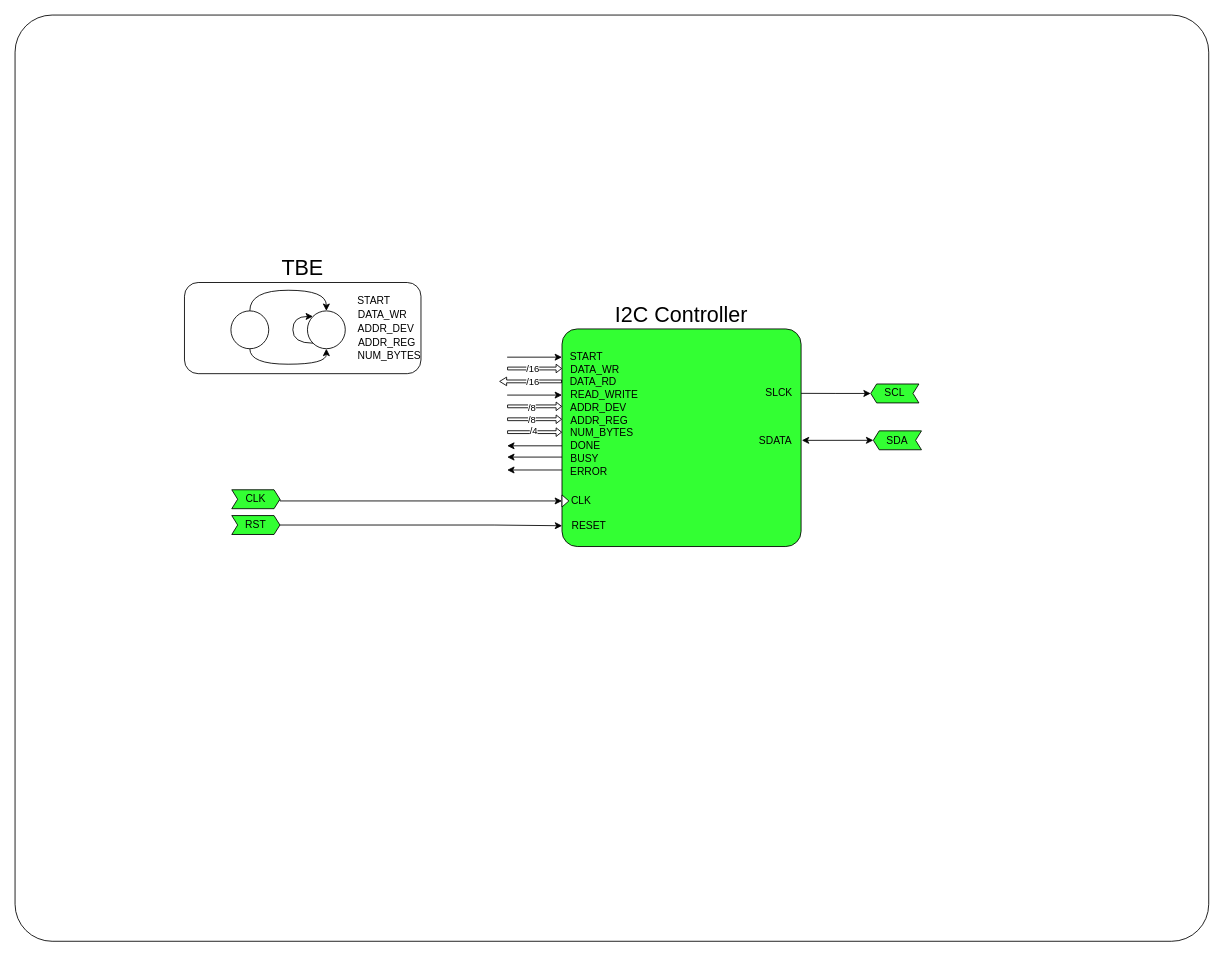
The draw.io diagram page "TOP" (2 of 5) of projects/vicon_cmgj/diagram/vicon.drawio in carlosmgj/VICON, before the edit. Source tidied: cells renumbered, new cells numbered last; positions are measured from the earlier drawing's top-left corner, leaving out a move shared by most shapes. Both pictures are drawn from the tidied source at 86%, with x=0, y=0 at pixel (15, 15).
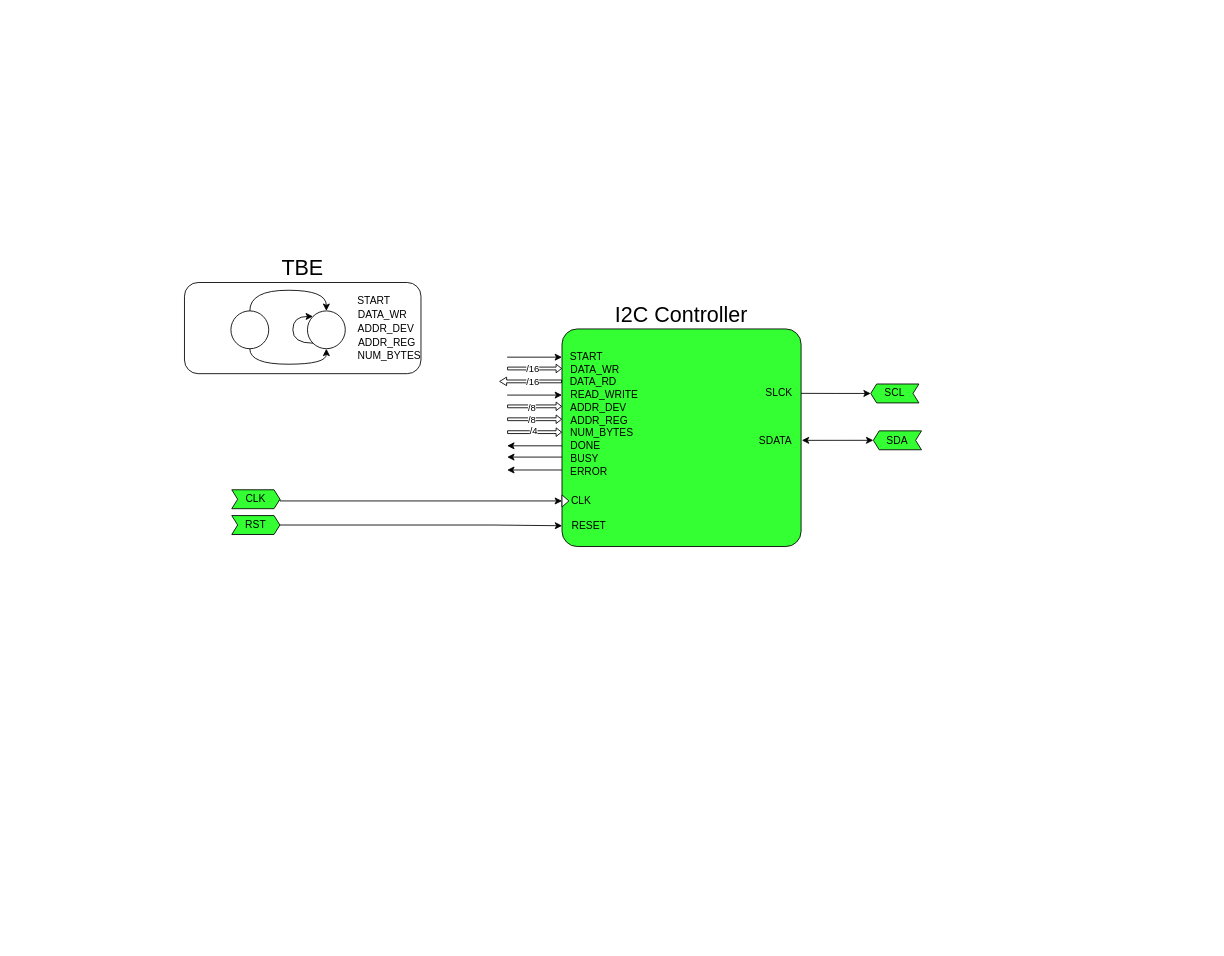
Above is the later version.

Change to the diagram source:
```diff
@@
-    <mxCell id="2" style="rounded=1;whiteSpace=wrap;html=1;arcSize=4;" parent="1" vertex="1">
-      <mxGeometry width="1388" height="1077" as="geometry" />
-    </mxCell>
```
